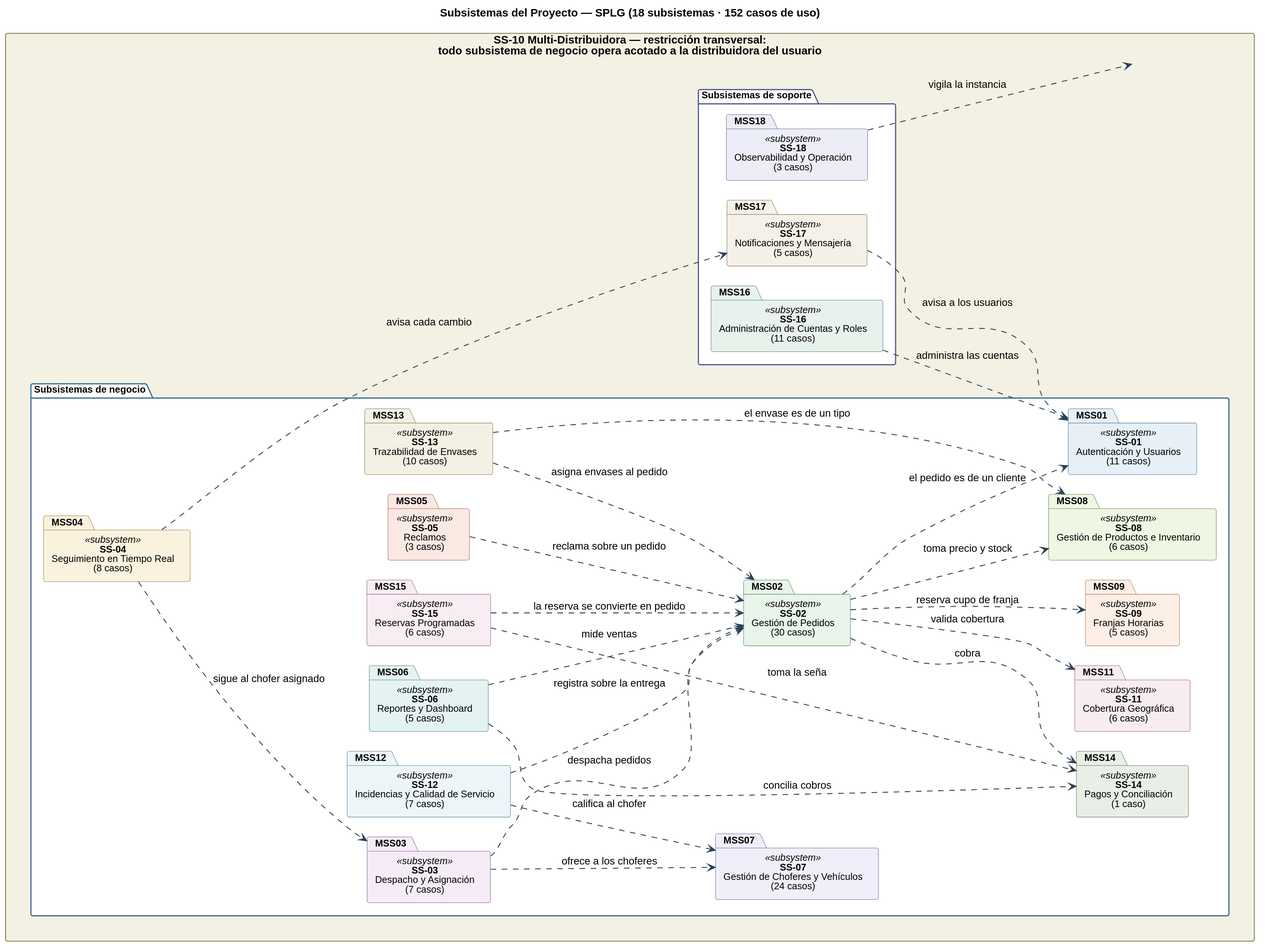
Above: diagramas/uml/CU_Sistema_Subsistemas.svg in Nahuelito-Dev/splg-docs (PlantUML), before the change.
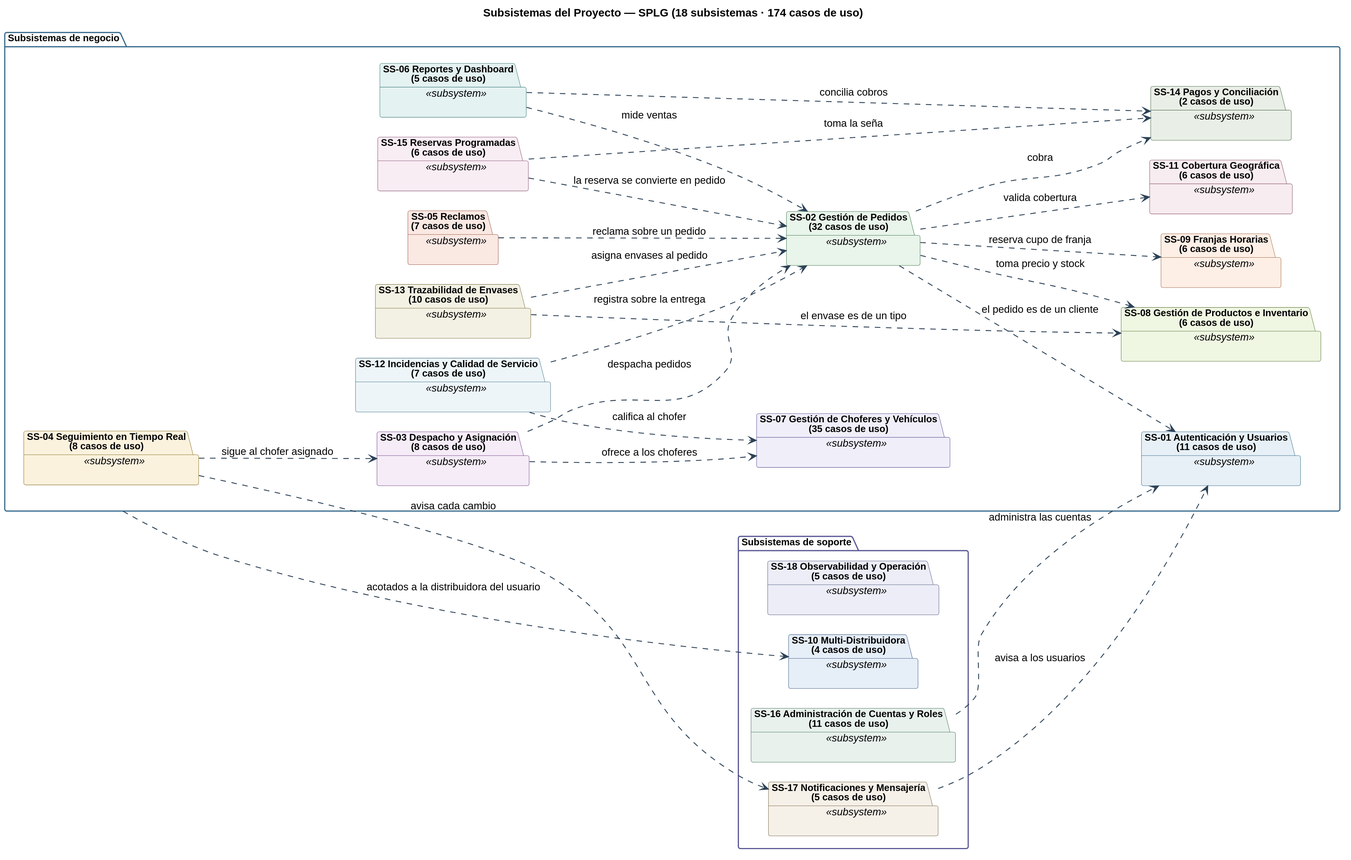
Above is the later version.

Change to the diagram source:
```diff
@@ -1,5 +1,5 @@
 @startuml
-title Subsistemas del Proyecto — SPLG (18 subsistemas · 152 casos de uso)
+title Subsistemas del Proyecto — SPLG (18 subsistemas · 174 casos de uso)
 skinparam backgroundColor #FFFFFF
 skinparam shadowing false
 skinparam defaultFontName Helvetica
@@ -33,27 +33,44 @@
 
 left to right direction
 
-rectangle "SS-10 Multi-Distribuidora — restricción transversal:\ntodo subsistema de negocio opera acotado a la distribuidora del usuario" as R10 #back:F3F1E4;line:7A7340 {
-  package "Subsistemas de negocio" as GNEG #back:FFFFFF;line:3C6E8F {
-    package "**SS-01**\nAutenticación y Usuarios\n(11 casos)" as MSS01 <<subsystem>> #back:E7F0F6;line:3C6E8F
-    package "**SS-02**\nGestión de Pedidos\n(30 casos)" as MSS02 <<subsystem>> #back:E9F4EA;line:3F7A50
-    package "**SS-03**\nDespacho y Asignación\n(7 casos)" as MSS03 <<subsystem>> #back:F5ECF7;line:7B4B8A
-    package "**SS-04**\nSeguimiento en Tiempo Real\n(8 casos)" as MSS04 <<subsystem>> #back:FBF2DE;line:8A7326
-    package "**SS-05**\nReclamos\n(3 casos)" as MSS05 <<subsystem>> #back:FAE8E3;line:9C5A46
-    package "**SS-06**\nReportes y Dashboard\n(5 casos)" as MSS06 <<subsystem>> #back:E4F2F1;line:3E7C79
-    package "**SS-07**\nGestión de Choferes y Vehículos\n(24 casos)" as MSS07 <<subsystem>> #back:F0EEF9;line:5A5896
-    package "**SS-08**\nGestión de Productos e Inventario\n(6 casos)" as MSS08 <<subsystem>> #back:EFF6E2;line:5E7A3A
-    package "**SS-09**\nFranjas Horarias\n(5 casos)" as MSS09 <<subsystem>> #back:FDEFE6;line:A26A45
-    package "**SS-11**\nCobertura Geográfica\n(6 casos)" as MSS11 <<subsystem>> #back:F7ECEF;line:8E5566
-    package "**SS-12**\nIncidencias y Calidad de Servicio\n(7 casos)" as MSS12 <<subsystem>> #back:EDF5F9;line:4A7488
-    package "**SS-13**\nTrazabilidad de Envases\n(10 casos)" as MSS13 <<subsystem>> #back:F3F1E4;line:7A7340
-    package "**SS-14**\nPagos y Conciliación\n(1 caso)" as MSS14 <<subsystem>> #back:E9EFE6;line:4E6B4A
-    package "**SS-15**\nReservas Programadas\n(6 casos)" as MSS15 <<subsystem>> #back:F8EDF3;line:8A5674
+package "Subsistemas de negocio" as GNEG #back:FFFFFF;line:3C6E8F {
+  package "SS-01 Autenticación y Usuarios\n(11 casos de uso)" as MSS01 <<subsystem>> #back:E7F0F6;line:3C6E8F {
   }
-  package "Subsistemas de soporte" as GSOP #back:FFFFFF;line:5A5896 {
-    package "**SS-16**\nAdministración de Cuentas y Roles\n(11 casos)" as MSS16 <<subsystem>> #back:E8F1EC;line:4B7560
-    package "**SS-17**\nNotificaciones y Mensajería\n(5 casos)" as MSS17 <<subsystem>> #back:F5F0E8;line:7C6B4C
-    package "**SS-18**\nObservabilidad y Operación\n(3 casos)" as MSS18 <<subsystem>> #back:ECEDF6;line:5B5F87
+  package "SS-02 Gestión de Pedidos\n(32 casos de uso)" as MSS02 <<subsystem>> #back:E9F4EA;line:3F7A50 {
+  }
+  package "SS-03 Despacho y Asignación\n(8 casos de uso)" as MSS03 <<subsystem>> #back:F5ECF7;line:7B4B8A {
+  }
+  package "SS-04 Seguimiento en Tiempo Real\n(8 casos de uso)" as MSS04 <<subsystem>> #back:FBF2DE;line:8A7326 {
+  }
+  package "SS-05 Reclamos\n(7 casos de uso)" as MSS05 <<subsystem>> #back:FAE8E3;line:9C5A46 {
+  }
+  package "SS-06 Reportes y Dashboard\n(5 casos de uso)" as MSS06 <<subsystem>> #back:E4F2F1;line:3E7C79 {
+  }
+  package "SS-07 Gestión de Choferes y Vehículos\n(35 casos de uso)" as MSS07 <<subsystem>> #back:F0EEF9;line:5A5896 {
+  }
+  package "SS-08 Gestión de Productos e Inventario\n(6 casos de uso)" as MSS08 <<subsystem>> #back:EFF6E2;line:5E7A3A {
+  }
+  package "SS-09 Franjas Horarias\n(6 casos de uso)" as MSS09 <<subsystem>> #back:FDEFE6;line:A26A45 {
+  }
+  package "SS-11 Cobertura Geográfica\n(6 casos de uso)" as MSS11 <<subsystem>> #back:F7ECEF;line:8E5566 {
+  }
+  package "SS-12 Incidencias y Calidad de Servicio\n(7 casos de uso)" as MSS12 <<subsystem>> #back:EDF5F9;line:4A7488 {
+  }
+  package "SS-13 Trazabilidad de Envases\n(10 casos de uso)" as MSS13 <<subsystem>> #back:F3F1E4;line:7A7340 {
+  }
+  package "SS-14 Pagos y Conciliación\n(2 casos de uso)" as MSS14 <<subsystem>> #back:E9EFE6;line:4E6B4A {
+  }
+  package "SS-15 Reservas Programadas\n(6 casos de uso)" as MSS15 <<subsystem>> #back:F8EDF3;line:8A5674 {
+  }
+}
+package "Subsistemas de soporte" as GSOP #back:FFFFFF;line:5A5896 {
+  package "SS-10 Multi-Distribuidora\n(4 casos de uso)" as MSS10 <<subsystem>> #back:E6EEF7;line:44608B {
+  }
+  package "SS-16 Administración de Cuentas y Roles\n(11 casos de uso)" as MSS16 <<subsystem>> #back:E8F1EC;line:4B7560 {
+  }
+  package "SS-17 Notificaciones y Mensajería\n(5 casos de uso)" as MSS17 <<subsystem>> #back:F5F0E8;line:7C6B4C {
+  }
+  package "SS-18 Observabilidad y Operación\n(5 casos de uso)" as MSS18 <<subsystem>> #back:ECEDF6;line:5B5F87 {
   }
 }
 
@@ -77,5 +94,5 @@
 MSS15 ..> MSS14 : toma la seña
 MSS16 ..> MSS01 : administra las cuentas
 MSS17 ..> MSS01 : avisa a los usuarios
-MSS18 ..> R10 : vigila la instancia
+GNEG ..> MSS10 : acotados a la distribuidora del usuario
 @enduml
```
